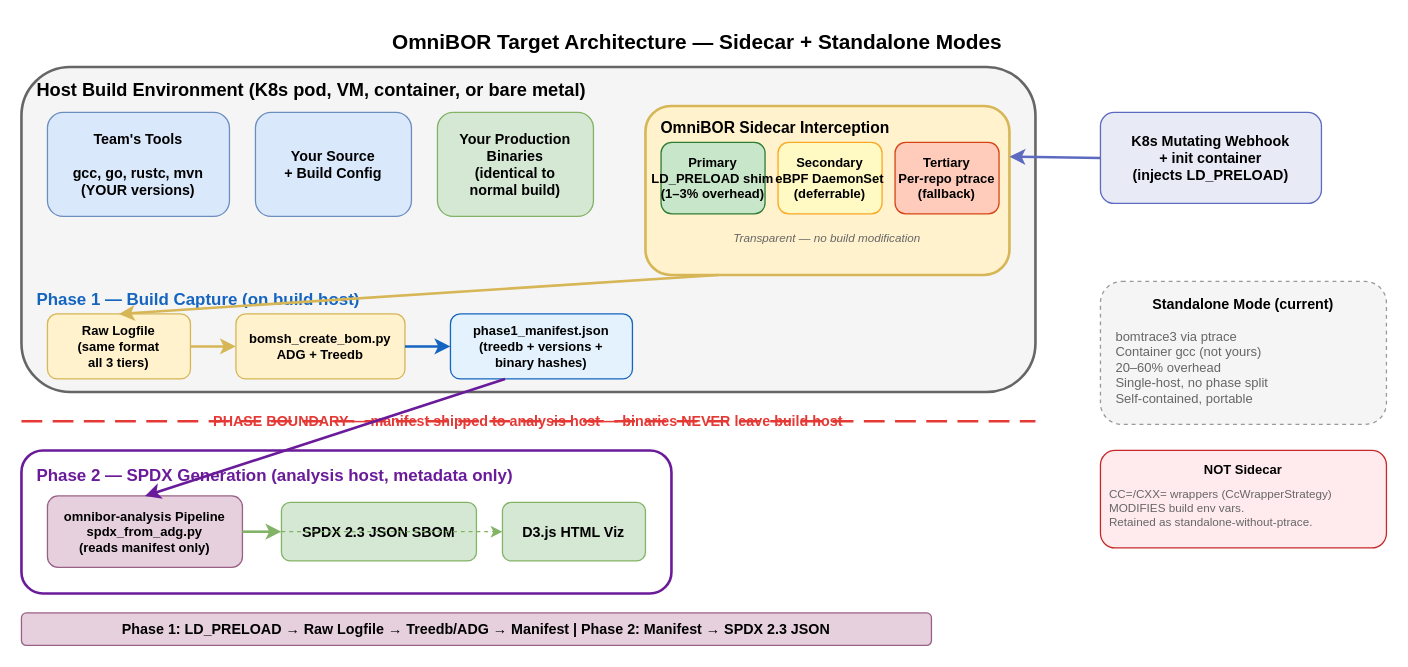
Earlier version of the draw.io diagram docs/sidecar/sidecar-target-architecture.drawio (tedg-dev/bisbom-gen). Source tidied: cells renumbered, new cells numbered last; positions are measured from the earlier drawing's top-left corner, leaving out a move shared by most shapes. Both pictures are drawn from the tidied source at 130%, with x=0, y=0 at pixel (21, 21).
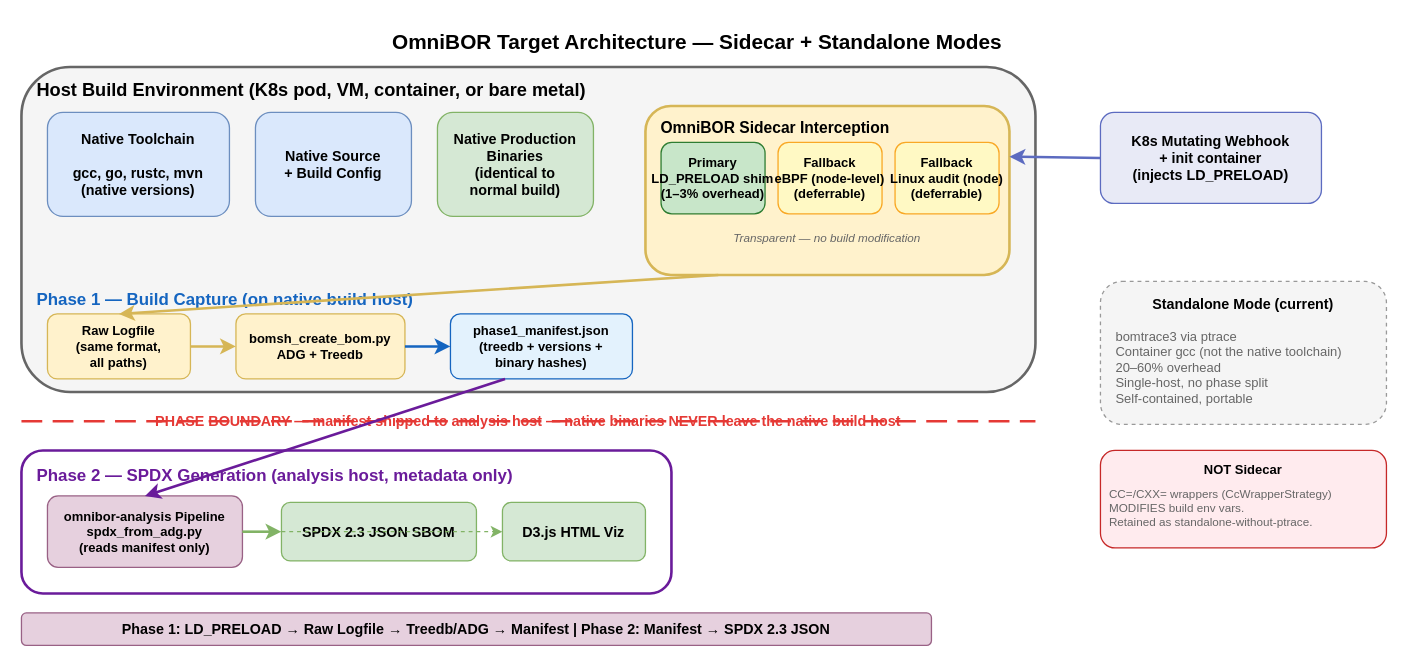
The same page after the edit.

Diff of the diagram source:
```diff
@@
-    <mxCell id="5" value="Team's Tools&#10;&#10;gcc, go, rustc, mvn&#10;(YOUR versions)" style="rounded=1;fillColor=#dae8fc;strokeColor=#6c8ebf;fontSize=11;fontStyle=1;verticalAlign=middle;align=center;" parent="1" vertex="1">
+    <mxCell id="5" value="Native Toolchain&#10;&#10;gcc, go, rustc, mvn&#10;(native versions)" style="rounded=1;fillColor=#dae8fc;strokeColor=#6c8ebf;fontSize=11;fontStyle=1;verticalAlign=middle;align=center;" parent="1" vertex="1">
       <mxGeometry x="20" y="70" width="140" height="80" as="geometry" />
     </mxCell>
-    <mxCell id="6" value="Your Source&#10;+ Build Config" style="rounded=1;fillColor=#dae8fc;strokeColor=#6c8ebf;fontSize=11;fontStyle=1;verticalAlign=middle;align=center;" parent="1" vertex="1">
+    <mxCell id="6" value="Native Source&#10;+ Build Config" style="rounded=1;fillColor=#dae8fc;strokeColor=#6c8ebf;fontSize=11;fontStyle=1;verticalAlign=middle;align=center;" parent="1" vertex="1">
       <mxGeometry x="180" y="70" width="120" height="80" as="geometry" />
     </mxCell>
-    <mxCell id="7" value="Your Production&#10;Binaries&#10;(identical to&#10;normal build)" style="rounded=1;fillColor=#d5e8d4;strokeColor=#82b366;fontSize=11;fontStyle=1;verticalAlign=middle;align=center;" parent="1" vertex="1">
+    <mxCell id="7" value="Native Production&#10;Binaries&#10;(identical to&#10;normal build)" style="rounded=1;fillColor=#d5e8d4;strokeColor=#82b366;fontSize=11;fontStyle=1;verticalAlign=middle;align=center;" parent="1" vertex="1">
       <mxGeometry x="320" y="70" width="120" height="80" as="geometry" />
     </mxCell>
@@
-    <mxCell id="11" value="Secondary&#10;eBPF DaemonSet&#10;(deferrable)" style="rounded=1;fillColor=#fff9c4;strokeColor=#f9a825;fontSize=10;fontStyle=1;verticalAlign=middle;align=center;" parent="1" vertex="1">
+    <mxCell id="11" value="Fallback&#10;eBPF (node-level)&#10;(deferrable)" style="rounded=1;fillColor=#fff9c4;strokeColor=#f9a825;fontSize=10;fontStyle=1;verticalAlign=middle;align=center;" parent="1" vertex="1">
       <mxGeometry x="582" y="93" width="80" height="55" as="geometry" />
     </mxCell>
-    <mxCell id="12" value="Tertiary&#10;Per-repo ptrace&#10;(fallback)" style="rounded=1;fillColor=#ffccbc;strokeColor=#d84315;fontSize=10;fontStyle=1;verticalAlign=middle;align=center;" parent="1" vertex="1">
+    <mxCell id="12" value="Fallback&#10;Linux audit (node)&#10;(deferrable)" style="rounded=1;fillColor=#fff9c4;strokeColor=#f9a825;fontSize=10;fontStyle=1;verticalAlign=middle;align=center;" parent="1" vertex="1">
       <mxGeometry x="672" y="93" width="80" height="55" as="geometry" />
     </mxCell>
@@
-    <mxCell id="16" value="Phase 1 — Build Capture (on build host)" style="text;fontSize=13;fontStyle=1;align=left;fillColor=none;strokeColor=none;fontColor=#1565c0;" parent="1" vertex="1">
+    <mxCell id="16" value="Phase 1 — Build Capture (on native build host)" style="text;fontSize=13;fontStyle=1;align=left;fillColor=none;strokeColor=none;fontColor=#1565c0;" parent="1" vertex="1">
       <mxGeometry x="10" y="200" width="350" height="20" as="geometry" />
     </mxCell>
-    <mxCell id="17" value="Raw Logfile&#10;(same format&#10;all 3 tiers)" style="rounded=1;fillColor=#fff2cc;strokeColor=#d6b656;fontSize=10;fontStyle=1;verticalAlign=middle;align=center;" parent="1" vertex="1">
+    <mxCell id="17" value="Raw Logfile&#10;(same format,&#10;all paths)" style="rounded=1;fillColor=#fff2cc;strokeColor=#d6b656;fontSize=10;fontStyle=1;verticalAlign=middle;align=center;" parent="1" vertex="1">
       <mxGeometry x="20" y="225" width="110" height="50" as="geometry" />
     </mxCell>
@@
-    <mxCell id="23" value="PHASE BOUNDARY — manifest shipped to analysis host — binaries NEVER leave build host" style="shape=line;strokeColor=#e53935;strokeWidth=2;dashed=1;dashPattern=8 4;fontSize=11;fontStyle=1;fontColor=#e53935;align=center;verticalAlign=middle;fillColor=none;" parent="1" vertex="1">
+    <mxCell id="23" value="PHASE BOUNDARY — manifest shipped to analysis host — native binaries NEVER leave the native build host" style="shape=line;strokeColor=#e53935;strokeWidth=2;dashed=1;dashPattern=8 4;fontSize=11;fontStyle=1;fontColor=#e53935;align=center;verticalAlign=middle;fillColor=none;" parent="1" vertex="1">
       <mxGeometry y="295" width="780" height="25" as="geometry" />
     </mxCell>
@@
-    <mxCell id="34" value="bomtrace3 via ptrace&#10;Container gcc (not yours)&#10;20–60% overhead&#10;Single-host, no phase split&#10;Self-contained, portable" style="text;fontSize=10;align=left;fillColor=none;strokeColor=none;fontColor=#666666;" parent="1" vertex="1">
+    <mxCell id="34" value="bomtrace3 via ptrace&#10;Container gcc (not the native toolchain)&#10;20–60% overhead&#10;Single-host, no phase split&#10;Self-contained, portable" style="text;fontSize=10;align=left;fillColor=none;strokeColor=none;fontColor=#666666;" parent="1" vertex="1">
       <mxGeometry x="840" y="230" width="200" height="70" as="geometry" />
     </mxCell>
```
